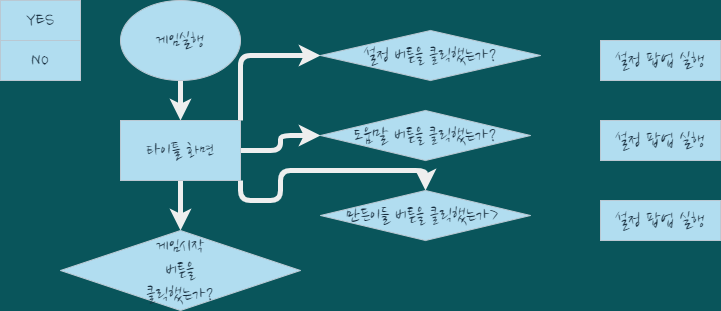
This is gameplay_flowchat.drawio.png from kinesis19/stac_project_SME, a draw.io export, as it was before one commit. Source tidied: cells renumbered, new cells last; positions are measured from the earlier drawing's top-left corner, leaving out a move shared by most shapes.
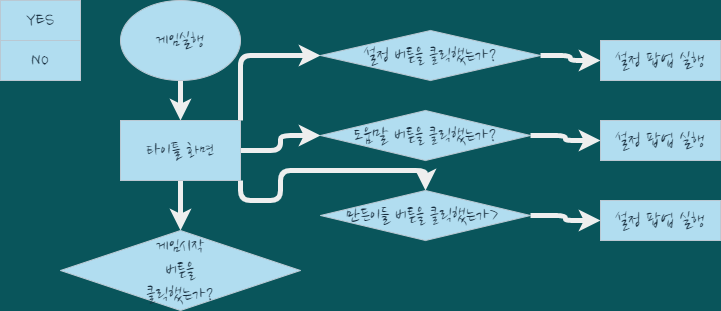
After the commit.

The edit, as a diff of the source:
```diff
@@ -32,12 +32,21 @@
     <mxCell id="11" value="게임시작&lt;br&gt;버튼을&lt;br&gt;클릭했는가?" style="rhombus;whiteSpace=wrap;html=1;rounded=0;sketch=0;fontFamily=Nanum Brush Script;fontSource=https%3A%2F%2Ffonts.googleapis.com%2Fcss%3Ffamily%3DNanum%2BBrush%2BScript;fontSize=20;fillColor=#B1DDF0;strokeColor=#BAC8D3;fontColor=#182E3E;" parent="1" vertex="1">
       <mxGeometry x="60" y="230" width="240" height="80" as="geometry" />
     </mxCell>
+    <mxCell id="18" style="edgeStyle=orthogonalEdgeStyle;curved=0;rounded=1;sketch=0;jettySize=auto;html=1;entryX=0;entryY=0.5;entryDx=0;entryDy=0;fontColor=#FFFFFF;strokeColor=#EEEEEE;strokeWidth=5;" parent="1" edge="1" source="12" target="15">
+      <mxGeometry relative="1" as="geometry" />
+    </mxCell>
     <mxCell id="12" value="설정 버튼을 클릭했는가?" style="rhombus;whiteSpace=wrap;html=1;rounded=0;sketch=0;fontFamily=Nanum Brush Script;fontSource=https%3A%2F%2Ffonts.googleapis.com%2Fcss%3Ffamily%3DNanum%2BBrush%2BScript;fontSize=20;fillColor=#B1DDF0;strokeColor=#BAC8D3;fontColor=#182E3E;" parent="1" vertex="1">
       <mxGeometry x="320" y="30" width="220" height="50" as="geometry" />
     </mxCell>
+    <mxCell id="19" style="edgeStyle=orthogonalEdgeStyle;curved=0;rounded=1;sketch=0;jettySize=auto;html=1;exitX=1;exitY=0.5;exitDx=0;exitDy=0;entryX=0;entryY=0.5;entryDx=0;entryDy=0;fontColor=#FFFFFF;strokeColor=#EEEEEE;strokeWidth=5;" parent="1" edge="1" source="13" target="16">
+      <mxGeometry relative="1" as="geometry" />
+    </mxCell>
     <mxCell id="13" value="도움말 버튼을 클릭했는가?" style="rhombus;whiteSpace=wrap;html=1;rounded=0;sketch=0;fontFamily=Nanum Brush Script;fontSource=https%3A%2F%2Ffonts.googleapis.com%2Fcss%3Ffamily%3DNanum%2BBrush%2BScript;fontSize=20;fillColor=#B1DDF0;strokeColor=#BAC8D3;fontColor=#182E3E;" parent="1" vertex="1">
       <mxGeometry x="320" y="110" width="210" height="50" as="geometry" />
     </mxCell>
+    <mxCell id="20" style="edgeStyle=orthogonalEdgeStyle;curved=0;rounded=1;sketch=0;jettySize=auto;html=1;exitX=1;exitY=0.5;exitDx=0;exitDy=0;fontColor=#FFFFFF;strokeColor=#EEEEEE;strokeWidth=5;" parent="1" edge="1" source="14" target="17">
+      <mxGeometry relative="1" as="geometry" />
+    </mxCell>
     <mxCell id="14" value="만든이들 버튼을 클릭했는가&amp;gt;&amp;nbsp;" style="rhombus;whiteSpace=wrap;html=1;rounded=0;sketch=0;fontFamily=Nanum Brush Script;fontSource=https%3A%2F%2Ffonts.googleapis.com%2Fcss%3Ffamily%3DNanum%2BBrush%2BScript;fontSize=20;fillColor=#B1DDF0;strokeColor=#BAC8D3;fontColor=#182E3E;" parent="1" vertex="1">
       <mxGeometry x="320" y="190" width="210" height="50" as="geometry" />
     </mxCell>
```
